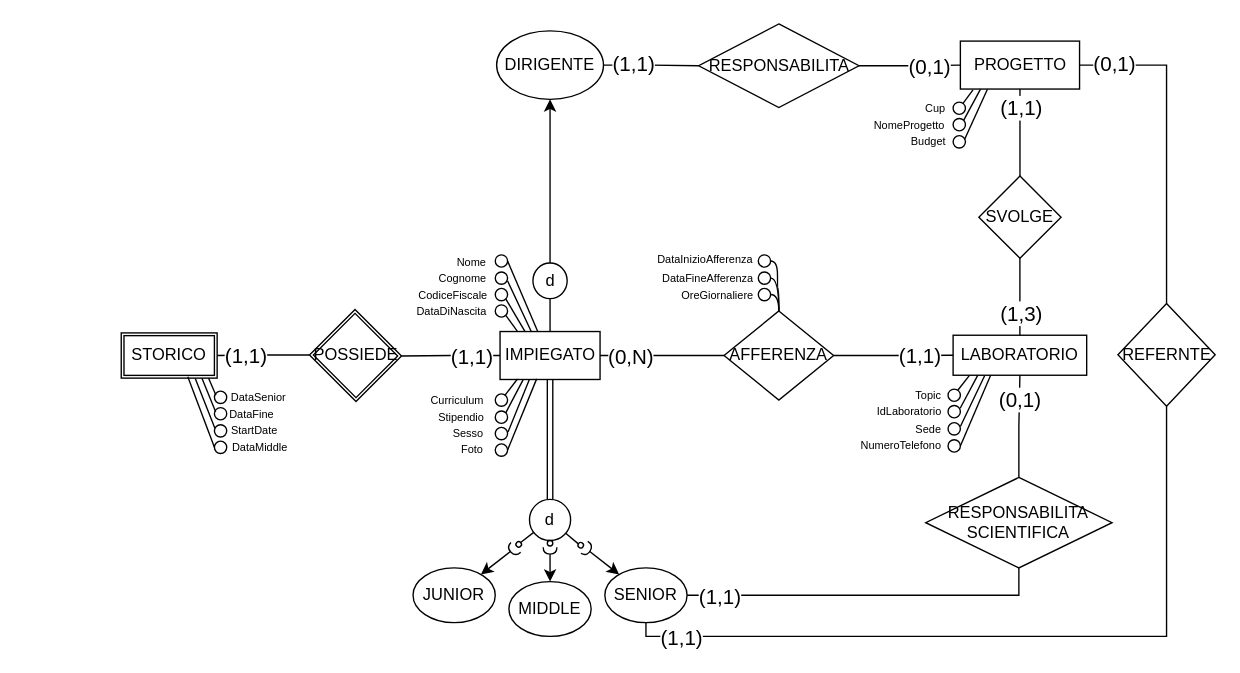
The draw.io diagram Concettuale/CONCETTUALE E:R .drawio in terrecruis/Progetto-Azienda, before the edit. Source tidied: cells renumbered, new cells numbered last; positions are measured from the earlier drawing's top-left corner, leaving out a move shared by most shapes. Both pictures are drawn from the tidied source at 137%, with x=0, y=0 at pixel (121, 23).
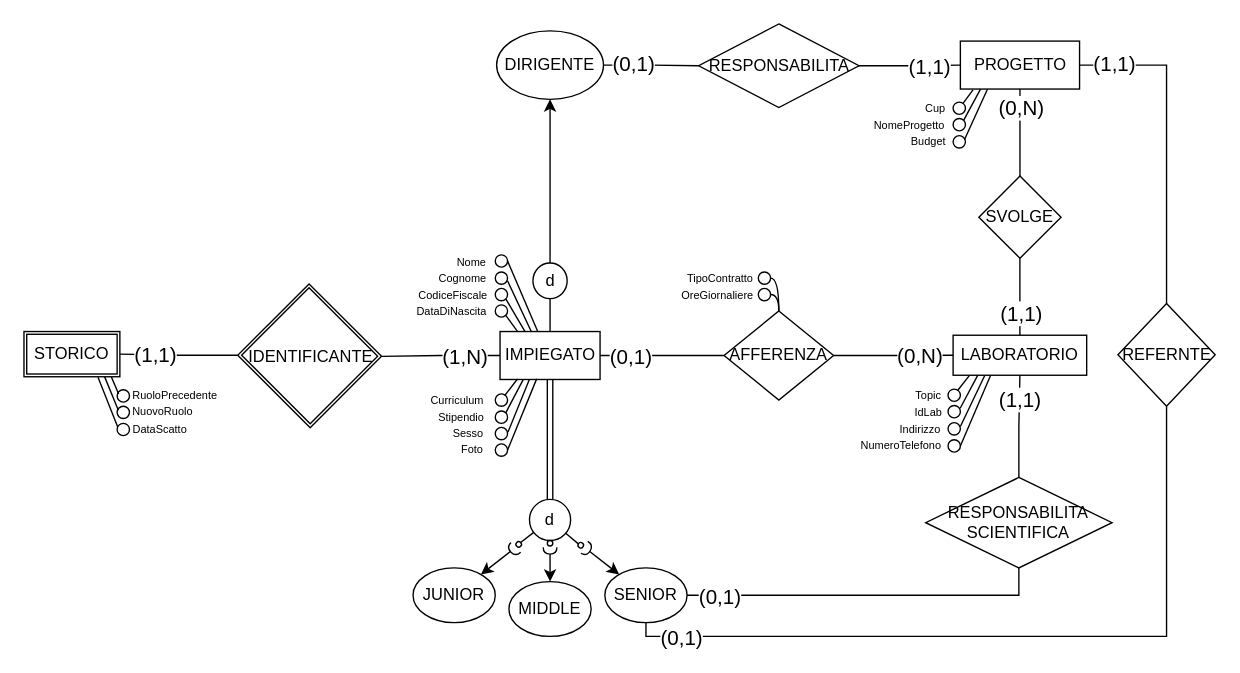
Above is the later version.

The change refers to these unchanged cells:
```xml
<mxCell id="2" style="edgeStyle=orthogonalEdgeStyle;rounded=0;jettySize=auto;html=1;endArrow=none;endFill=0;exitX=0;exitY=0.5;exitDx=0;exitDy=0;labelBackgroundColor=none;fontColor=default;entryX=1;entryY=0;entryDx=0;entryDy=0;" parent="1" edge="1" source="49" target="105">
  <mxGeometry relative="1" as="geometry" />
</mxCell>
<mxCell id="4" style="edgeStyle=orthogonalEdgeStyle;rounded=0;jettySize=auto;html=1;endArrow=none;endFill=0;endSize=6;jumpStyle=none;align=center;exitX=1;exitY=0.5;exitDx=0;exitDy=0;labelBackgroundColor=none;fontColor=default;" parent="1" edge="1" source="49" target="19">
  <mxGeometry relative="1" as="geometry" />
</mxCell>
<mxCell id="6" style="edgeStyle=orthogonalEdgeStyle;rounded=0;jettySize=auto;html=1;endArrow=none;endFill=0;exitX=0.5;exitY=0;exitDx=0;exitDy=0;labelBackgroundColor=none;fontColor=default;" parent="1" edge="1" source="50" target="29">
  <mxGeometry relative="1" as="geometry" />
</mxCell>
<mxCell id="17" style="edgeStyle=orthogonalEdgeStyle;rounded=0;jettySize=auto;html=1;endArrow=none;endFill=0;entryX=0;entryY=0.5;entryDx=0;entryDy=0;exitX=1;exitY=0.5;exitDx=0;exitDy=0;labelBackgroundColor=none;fontColor=default;" parent="1" edge="1" source="19" target="50">
  <mxGeometry relative="1" as="geometry" />
</mxCell>
<mxCell id="19" value="AFFERENZA" style="rhombus;whiteSpace=wrap;html=1;rounded=0;labelBackgroundColor=none;" parent="1" vertex="1">
  <mxGeometry x="440" y="209.5" width="80" height="65" as="geometry" />
</mxCell>
<mxCell id="27" style="edgeStyle=orthogonalEdgeStyle;rounded=0;jettySize=auto;html=1;endArrow=none;endFill=0;entryX=0.5;entryY=1;entryDx=0;entryDy=0;labelBackgroundColor=none;fontColor=default;" parent="1" edge="1" source="29" target="51">
  <mxGeometry relative="1" as="geometry" />
</mxCell>
<mxCell id="33" style="edgeStyle=orthogonalEdgeStyle;jettySize=auto;html=1;endArrow=none;endFill=0;rounded=0;labelBackgroundColor=none;fontColor=default;" parent="1" edge="1" source="35" target="38">
  <mxGeometry relative="1" as="geometry" />
</mxCell>
<mxCell id="36" style="edgeStyle=orthogonalEdgeStyle;jettySize=auto;html=1;endArrow=none;endFill=0;entryX=0;entryY=0.5;entryDx=0;entryDy=0;rounded=0;labelBackgroundColor=none;fontColor=default;" parent="1" edge="1" source="38" target="51">
  <mxGeometry relative="1" as="geometry" />
</mxCell>
<mxCell id="40" style="endArrow=none;html=1;exitX=0.5;exitY=1;exitDx=0;exitDy=0;entryX=0.5;entryY=1;entryDx=0;entryDy=0;edgeStyle=orthogonalEdgeStyle;rounded=0;labelBackgroundColor=none;fontColor=default;" parent="1" edge="1" source="14" target="39">
  <mxGeometry relative="1" as="geometry" />
</mxCell>
<mxCell id="42" style="endArrow=none;html=1;exitX=0.5;exitY=0;exitDx=0;exitDy=0;entryX=1;entryY=0.5;entryDx=0;entryDy=0;edgeStyle=orthogonalEdgeStyle;rounded=0;labelBackgroundColor=none;fontColor=default;" parent="1" edge="1" source="39" target="51">
  <mxGeometry relative="1" as="geometry" />
</mxCell>
<mxCell id="44" style="endArrow=none;html=1;exitX=1;exitY=0.5;exitDx=0;exitDy=0;entryX=0.5;entryY=1;entryDx=0;entryDy=0;edgeStyle=orthogonalEdgeStyle;rounded=0;labelBackgroundColor=none;fontColor=default;" parent="1" edge="1" source="14" target="46">
  <mxGeometry relative="1" as="geometry" />
</mxCell>
<mxCell id="47" style="endArrow=none;html=1;entryX=0.5;entryY=1;entryDx=0;entryDy=0;exitX=0.5;exitY=0;exitDx=0;exitDy=0;edgeStyle=orthogonalEdgeStyle;rounded=0;labelBackgroundColor=none;fontColor=default;" parent="1" edge="1" source="46" target="50">
  <mxGeometry relative="1" as="geometry" />
</mxCell>
```

Change to the diagram source:
```diff
@@
-    <mxCell id="3" value="&lt;font style=&quot;font-size: 15px;&quot;&gt;(1,1)&lt;/font&gt;" style="edgeLabel;html=1;align=center;verticalAlign=middle;" parent="2" vertex="1">
+    <mxCell id="3" value="&lt;font style=&quot;font-size: 15px;&quot;&gt;(1,N)&lt;/font&gt;" style="edgeLabel;html=1;align=center;verticalAlign=middle;" parent="2" vertex="1">
       <mxGeometry x="-0.41" relative="1" as="geometry" />
     </mxCell>
@@
-    <mxCell id="5" value="&lt;font style=&quot;font-size: 15px;&quot;&gt;(0,N)&lt;/font&gt;" style="edgeLabel;html=1;align=center;verticalAlign=middle;" parent="4" vertex="1">
+    <mxCell id="5" value="&lt;font style=&quot;font-size: 15px;&quot;&gt;(0,1)&lt;/font&gt;" style="edgeLabel;html=1;align=center;verticalAlign=middle;" parent="4" vertex="1">
       <mxGeometry x="-0.58" y="1" relative="1" as="geometry">
         <mxPoint x="3" y="1" as="offset" />
       </mxGeometry>
     </mxCell>
@@
-    <mxCell id="7" value="(1,3)" style="edgeLabel;html=1;align=center;verticalAlign=middle;fontSize=15;" parent="6" vertex="1">
+    <mxCell id="7" value="(1,1)" style="edgeLabel;html=1;align=center;verticalAlign=middle;fontSize=15;" parent="6" vertex="1">
       <mxGeometry x="-0.38" y="-1" relative="1" as="geometry" />
     </mxCell>
@@
-    <mxCell id="18" value="(1,1)" style="edgeLabel;html=1;align=center;verticalAlign=middle;fontSize=15;" parent="17" vertex="1">
+    <mxCell id="18" value="(0,N)" style="edgeLabel;html=1;align=center;verticalAlign=middle;fontSize=15;" parent="17" vertex="1">
       <mxGeometry x="0.57" relative="1" as="geometry">
         <mxPoint x="-6" as="offset" />
       </mxGeometry>
     </mxCell>
@@
-    <mxCell id="28" value="(1,1)" style="edgeLabel;html=1;align=center;verticalAlign=middle;fontSize=15;" parent="27" vertex="1">
+    <mxCell id="28" value="(0,N)" style="edgeLabel;html=1;align=center;verticalAlign=middle;fontSize=15;" parent="27" vertex="1">
       <mxGeometry x="0.61" relative="1" as="geometry" />
     </mxCell>
@@
-    <mxCell id="34" value="(1,1)" style="edgeLabel;html=1;align=center;verticalAlign=middle;fontSize=15;" parent="33" vertex="1">
+    <mxCell id="34" value="(0,1)" style="edgeLabel;html=1;align=center;verticalAlign=middle;fontSize=15;" parent="33" vertex="1">
       <mxGeometry x="-0.79" y="2" relative="1" as="geometry">
         <mxPoint x="14" as="offset" />
       </mxGeometry>
     </mxCell>
@@
-    <mxCell id="37" value="(0,1)" style="edgeLabel;html=1;align=center;verticalAlign=middle;fontSize=15;" parent="36" vertex="1">
+    <mxCell id="37" value="(1,1)" style="edgeLabel;html=1;align=center;verticalAlign=middle;fontSize=15;" parent="36" vertex="1">
       <mxGeometry x="0.55" y="1" relative="1" as="geometry">
         <mxPoint x="-7" y="1" as="offset" />
       </mxGeometry>
     </mxCell>
@@
-    <mxCell id="41" value="(1,1)" style="edgeLabel;html=1;align=center;verticalAlign=middle;fontSize=15;" parent="40" vertex="1">
+    <mxCell id="41" value="(0,1)" style="edgeLabel;html=1;align=center;verticalAlign=middle;fontSize=15;" parent="40" vertex="1">
       <mxGeometry x="-0.9" y="1" relative="1" as="geometry">
         <mxPoint x="7" y="1" as="offset" />
       </mxGeometry>
     </mxCell>
@@
-    <mxCell id="43" value="(0,1)" style="edgeLabel;html=1;align=center;verticalAlign=middle;fontSize=15;" parent="42" vertex="1">
+    <mxCell id="43" value="(1,1)" style="edgeLabel;html=1;align=center;verticalAlign=middle;fontSize=15;" parent="42" vertex="1">
       <mxGeometry x="0.88" y="-1" relative="1" as="geometry">
         <mxPoint x="10" y="-1" as="offset" />
       </mxGeometry>
     </mxCell>
@@
-    <mxCell id="45" value="(1,1)" style="edgeLabel;html=1;align=center;verticalAlign=middle;fontSize=15;" parent="44" vertex="1">
+    <mxCell id="45" value="(0,1)" style="edgeLabel;html=1;align=center;verticalAlign=middle;fontSize=15;" parent="44" vertex="1">
       <mxGeometry x="-0.9" y="-2" relative="1" as="geometry">
         <mxPoint x="10" y="-2" as="offset" />
       </mxGeometry>
     </mxCell>
@@
-    <mxCell id="48" value="(0,1)" style="edgeLabel;html=1;align=center;verticalAlign=middle;fontSize=15;" parent="47" vertex="1">
+    <mxCell id="48" value="(1,1)" style="edgeLabel;html=1;align=center;verticalAlign=middle;fontSize=15;" parent="47" vertex="1">
       <mxGeometry x="0.54" relative="1" as="geometry" />
     </mxCell>
@@
     <mxCell id="76" style="ellipse;whiteSpace=wrap;html=1;" parent="1" vertex="1">
-      <mxGeometry x="68" y="292.5" width="9" height="9" as="geometry" />
+      <mxGeometry x="-3" y="291.5" width="9" height="9" as="geometry" />
     </mxCell>
-    <mxCell id="77" style="ellipse;whiteSpace=wrap;html=1;" parent="1" vertex="1">
-      <mxGeometry x="68" y="304.5" width="9" height="9" as="geometry" />
-    </mxCell>
     <mxCell id="78" style="ellipse;whiteSpace=wrap;html=1;" parent="1" vertex="1">
-      <mxGeometry x="68" y="268" width="9" height="9" as="geometry" />
+      <mxGeometry x="-3" y="267" width="9" height="9" as="geometry" />
     </mxCell>
     <mxCell id="79" style="ellipse;whiteSpace=wrap;html=1;" parent="1" vertex="1">
-      <mxGeometry x="68" y="280" width="9" height="9" as="geometry" />
+      <mxGeometry x="-3" y="279" width="9" height="9" as="geometry" />
     </mxCell>
@@
-    <mxCell id="82" value="StartDate" style="text;html=1;align=center;verticalAlign=middle;strokeColor=none;fillColor=none;fontSize=8;" parent="1" vertex="1">
-      <mxGeometry x="71" y="286" width="52" height="22" as="geometry" />
-    </mxCell>
-    <mxCell id="83" value="DataMiddle" style="text;html=1;align=center;verticalAlign=middle;strokeColor=none;fillColor=none;fontSize=8;" parent="1" vertex="1">
-      <mxGeometry x="72" y="298" width="58" height="22" as="geometry" />
-    </mxCell>
-    <mxCell id="84" value="DataSenior" style="text;html=1;align=center;verticalAlign=middle;strokeColor=none;fillColor=none;fontSize=8;" parent="1" vertex="1">
-      <mxGeometry x="71" y="261.5" width="58" height="22" as="geometry" />
+    <mxCell id="84" value="RuoloPrecedente" style="text;html=1;align=center;verticalAlign=middle;strokeColor=none;fillColor=none;fontSize=8;" parent="1" vertex="1">
+      <mxGeometry x="-1" y="260" width="80" height="22" as="geometry" />
     </mxCell>
-    <mxCell id="85" value="DataFine" style="text;html=1;align=center;verticalAlign=middle;strokeColor=none;fillColor=none;fontSize=8;" parent="1" vertex="1">
-      <mxGeometry x="70" y="273.5" width="50" height="22" as="geometry" />
-    </mxCell>
@@
-    <mxCell id="93" value="IdLaboratorio" style="text;html=1;align=center;verticalAlign=middle;strokeColor=none;fillColor=none;fontSize=8;" parent="1" vertex="1">
-      <mxGeometry x="542" y="272" width="65" height="22" as="geometry" />
+    <mxCell id="93" value="IdLab" style="text;html=1;align=center;verticalAlign=middle;strokeColor=none;fillColor=none;fontSize=8;" parent="1" vertex="1">
+      <mxGeometry x="569.8" y="272.5" width="38" height="22" as="geometry" />
     </mxCell>
-    <mxCell id="94" value="Sede" style="text;html=1;align=center;verticalAlign=middle;strokeColor=none;fillColor=none;fontSize=8;" parent="1" vertex="1">
-      <mxGeometry x="570" y="284.5" width="37" height="22" as="geometry" />
+    <mxCell id="94" value="Indirizzo" style="text;html=1;align=center;verticalAlign=middle;strokeColor=none;fillColor=none;fontSize=8;" parent="1" vertex="1">
+      <mxGeometry x="559.2" y="284.5" width="48" height="22" as="geometry" />
     </mxCell>
@@
     <mxCell id="104" value="STORICO" style="shape=ext;double=1;rounded=0;whiteSpace=wrap;html=1;" parent="1" vertex="1">
-      <mxGeometry y="225.5" width="70" height="33" as="geometry" />
+      <mxGeometry x="-71" y="224.5" width="70" height="33" as="geometry" />
     </mxCell>
     <mxCell id="105" style="shape=ext;double=1;rounded=0;whiteSpace=wrap;html=1;rotation=45;" parent="1" vertex="1">
-      <mxGeometry x="147" y="218.5" width="48" height="47" as="geometry" />
+      <mxGeometry x="100.1" y="205.4" width="74.8" height="73.6" as="geometry" />
     </mxCell>
-    <mxCell id="106" value="POSSIEDE" style="text;html=1;align=center;verticalAlign=middle;strokeColor=none;fillColor=none;" parent="1" vertex="1">
-      <mxGeometry x="131" y="227.2" width="80" height="30" as="geometry" />
+    <mxCell id="106" value="IDENTIFICANTE" style="text;html=1;align=center;verticalAlign=middle;strokeColor=none;fillColor=none;" parent="1" vertex="1">
+      <mxGeometry x="83" y="229.5" width="109" height="26" as="geometry" />
     </mxCell>
@@
-    <mxCell id="111" style="endArrow=none;html=1;rounded=0;fontSize=8;exitX=0;exitY=0.5;exitDx=0;exitDy=0;entryX=0.694;entryY=0.969;entryDx=0;entryDy=0;entryPerimeter=0;" parent="1" edge="1" source="77" target="104">
-      <mxGeometry relative="1" as="geometry" />
-    </mxCell>
@@
-    <mxCell id="114" style="ellipse;whiteSpace=wrap;html=1;" parent="1" vertex="1">
-      <mxGeometry x="465" y="168.5" width="9" height="9" as="geometry" />
-    </mxCell>
@@
-    <mxCell id="117" style="endArrow=none;html=1;rounded=0;curved=1;exitX=0.5;exitY=0;exitDx=0;exitDy=0;entryX=1;entryY=0.5;entryDx=0;entryDy=0;edgeStyle=orthogonalEdgeStyle;" parent="1" edge="1" source="19" target="114">
-      <mxGeometry relative="1" as="geometry">
-        <Array as="points">
-          <mxPoint x="480" y="193" />
-          <mxPoint x="479" y="193" />
-          <mxPoint x="479" y="173" />
-        </Array>
-      </mxGeometry>
-    </mxCell>
-    <mxCell id="118" value="&lt;font style=&quot;font-size: 8px;&quot;&gt;DataInizioAfferenza&lt;/font&gt;" style="text;html=1;align=center;verticalAlign=middle;strokeColor=none;fillColor=none;" parent="1" vertex="1">
-      <mxGeometry x="382" y="158" width="88" height="26" as="geometry" />
+    <mxCell id="118" value="&lt;span style=&quot;font-size: 8px;&quot;&gt;&lt;br&gt;&lt;/span&gt;" style="text;html=1;align=center;verticalAlign=middle;strokeColor=none;fillColor=none;" parent="1" vertex="1">
+      <mxGeometry x="417" y="158" width="18" height="26" as="geometry" />
     </mxCell>
-    <mxCell id="119" value="DataFineAfferenza" style="text;html=1;align=center;verticalAlign=middle;strokeColor=none;fillColor=none;fontSize=8;" parent="1" vertex="1">
-      <mxGeometry x="385" y="174.5" width="85" height="22" as="geometry" />
+    <mxCell id="119" value="TipoContratto" style="text;html=1;align=center;verticalAlign=middle;strokeColor=none;fillColor=none;fontSize=8;" parent="1" vertex="1">
+      <mxGeometry x="404" y="174.5" width="66" height="22" as="geometry" />
     </mxCell>
@@
+    <mxCell id="121" value="&lt;font style=&quot;font-size: 8px;&quot;&gt;NuovoRuolo&lt;/font&gt;" style="text;html=1;align=center;verticalAlign=middle;strokeColor=none;fillColor=none;" parent="1" vertex="1">
+      <mxGeometry x="-1" y="269" width="62" height="26" as="geometry" />
+    </mxCell>
+    <mxCell id="122" value="DataScatto" style="text;html=1;align=center;verticalAlign=middle;strokeColor=none;fillColor=none;fontSize=8;" parent="1" vertex="1">
+      <mxGeometry x="-1" y="284.5" width="58" height="22" as="geometry" />
+    </mxCell>
```
